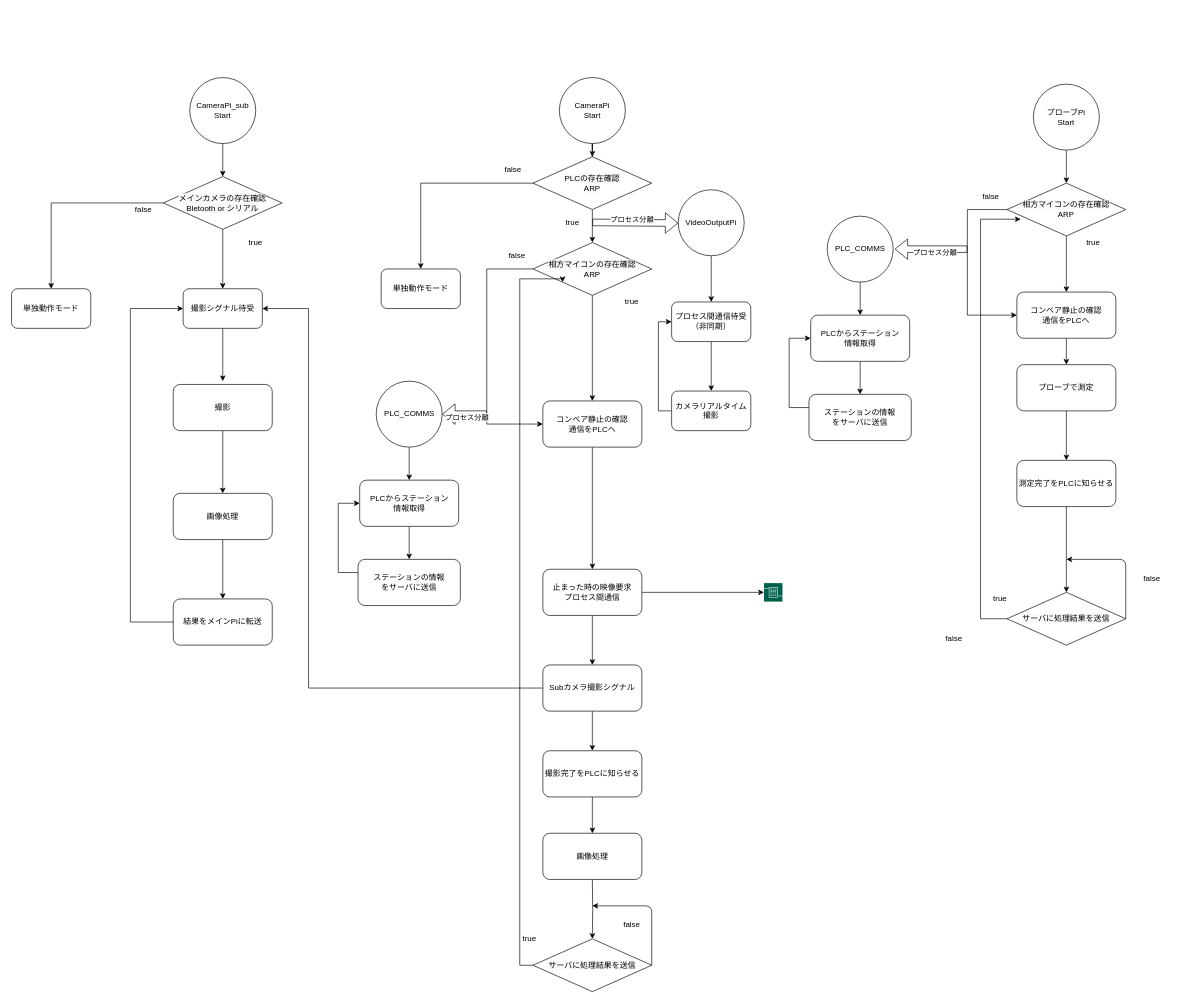
Above: 設計/フローチャート.drawio in chekke1999/kaihatukadai (draw.io), before the change. Source tidied: cells renumbered, new cells numbered last; positions are measured from the earlier drawing's top-left corner, leaving out a move shared by most shapes. Both pictures are drawn from the tidied source at 66%, with x=0, y=0 at pixel (11, 77).
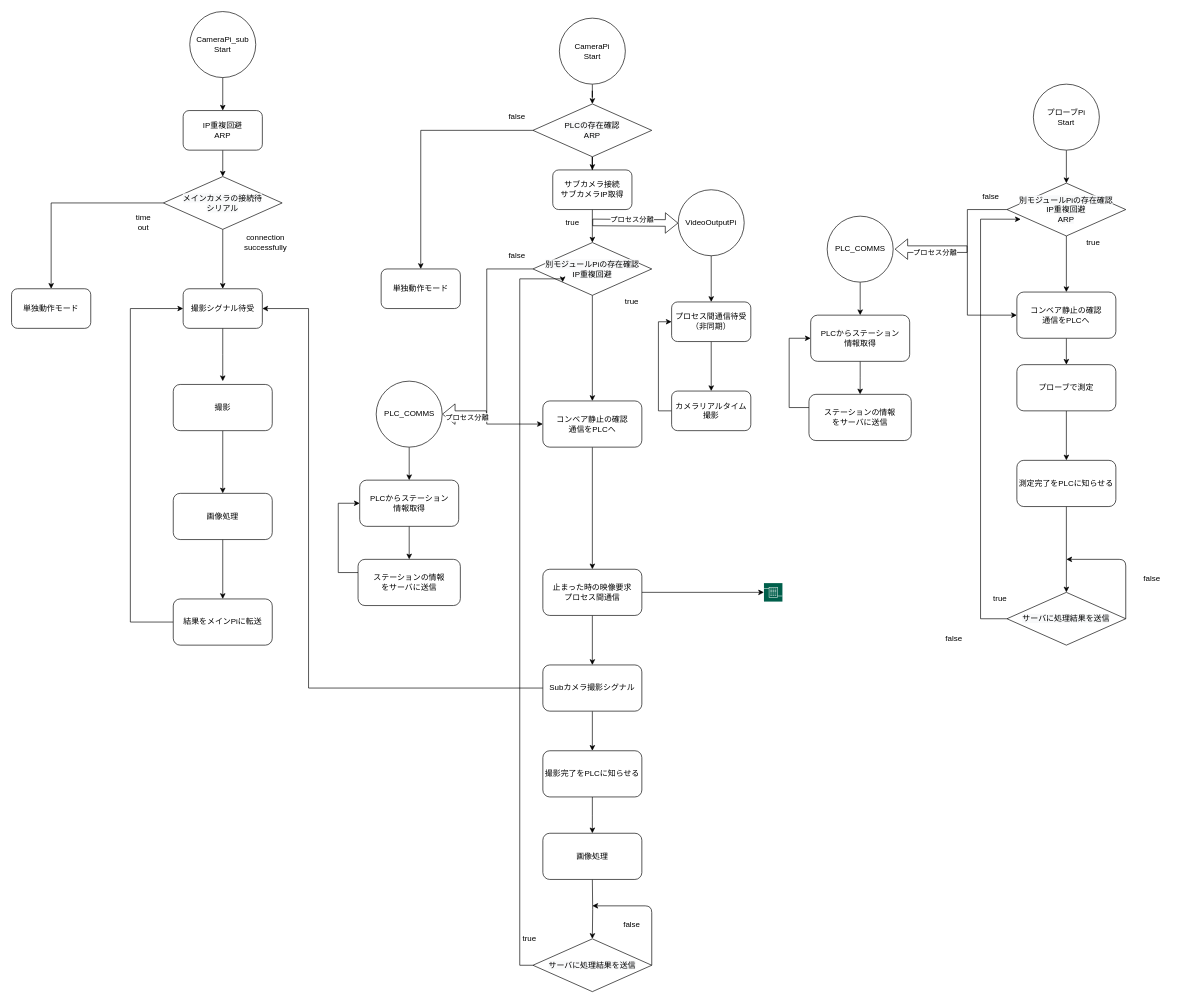
The same diagram, later.

Commit message:
Update フローチャート.drawio

The edit, as a diff of the source:
```diff
@@
     <mxCell id="3" value="CameraPi&lt;br&gt;Start" style="ellipse;whiteSpace=wrap;html=1;" parent="1" vertex="1">
-      <mxGeometry x="830" width="100" height="100" as="geometry" />
+      <mxGeometry x="830" y="-90" width="100" height="100" as="geometry" />
     </mxCell>
@@
-    <mxCell id="6" value="&lt;span style=&quot;color: rgb(0 , 0 , 0) ; font-family: &amp;#34;helvetica&amp;#34; ; font-size: 12px ; font-style: normal ; font-weight: 400 ; letter-spacing: normal ; text-align: center ; text-indent: 0px ; text-transform: none ; word-spacing: 0px ; background-color: rgb(248 , 249 , 250) ; display: inline ; float: none&quot;&gt;相方マイコンの存在確認&lt;br&gt;ARP&lt;br&gt;&lt;/span&gt;" style="rhombus;whiteSpace=wrap;html=1;" parent="1" vertex="1">
+    <mxCell id="6" value="&lt;span style=&quot;color: rgb(0 , 0 , 0) ; font-family: &amp;#34;helvetica&amp;#34; ; font-size: 12px ; font-style: normal ; font-weight: 400 ; letter-spacing: normal ; text-align: center ; text-indent: 0px ; text-transform: none ; word-spacing: 0px ; background-color: rgb(248 , 249 , 250) ; display: inline ; float: none&quot;&gt;別モジュールPiの存在確認&lt;br&gt;IP重複回避&lt;br&gt;&lt;/span&gt;" style="rhombus;whiteSpace=wrap;html=1;" parent="1" vertex="1">
       <mxGeometry x="790" y="250" width="180" height="80" as="geometry" />
     </mxCell>
@@
-    <mxCell id="28" value="&lt;span style=&quot;color: rgb(0 , 0 , 0) ; font-family: &amp;#34;helvetica&amp;#34; ; font-size: 12px ; font-style: normal ; font-weight: 400 ; letter-spacing: normal ; text-align: center ; text-indent: 0px ; text-transform: none ; word-spacing: 0px ; background-color: rgb(248 , 249 , 250) ; display: inline ; float: none&quot;&gt;相方マイコンの存在確認&lt;br&gt;ARP&lt;br&gt;&lt;/span&gt;" style="rhombus;whiteSpace=wrap;html=1;" parent="1" vertex="1">
+    <mxCell id="28" value="&lt;span style=&quot;color: rgb(0 , 0 , 0) ; font-family: &amp;#34;helvetica&amp;#34; ; font-size: 12px ; font-style: normal ; font-weight: 400 ; letter-spacing: normal ; text-align: center ; text-indent: 0px ; text-transform: none ; word-spacing: 0px ; background-color: rgb(248 , 249 , 250) ; display: inline ; float: none&quot;&gt;別モジュールPiの存在確認&lt;br&gt;IP重複回避&lt;br&gt;ARP&lt;br&gt;&lt;/span&gt;" style="rhombus;whiteSpace=wrap;html=1;" parent="1" vertex="1">
       <mxGeometry x="1508.2" y="160" width="180" height="80" as="geometry" />
     </mxCell>
@@
-    <mxCell id="66" style="edgeStyle=orthogonalEdgeStyle;rounded=0;jettySize=auto;html=1;" parent="1" edge="1" source="68" target="6">
-      <mxGeometry relative="1" as="geometry" />
-    </mxCell>
@@
+    <mxCell id="92" style="edgeStyle=orthogonalEdgeStyle;rounded=0;jettySize=auto;html=1;" parent="1" edge="1" source="68" target="95">
+      <mxGeometry relative="1" as="geometry" />
+    </mxCell>
     <mxCell id="68" value="&lt;span style=&quot;color: rgb(0 , 0 , 0) ; font-family: &amp;#34;helvetica&amp;#34; ; font-size: 12px ; font-style: normal ; font-weight: 400 ; letter-spacing: normal ; text-align: center ; text-indent: 0px ; text-transform: none ; word-spacing: 0px ; background-color: rgb(248 , 249 , 250) ; display: inline ; float: none&quot;&gt;PLCの存在確認&lt;br&gt;ARP&lt;br&gt;&lt;/span&gt;" style="rhombus;whiteSpace=wrap;html=1;" parent="1" vertex="1">
-      <mxGeometry x="790" y="120" width="180" height="80" as="geometry" />
+      <mxGeometry x="790" y="40" width="180" height="80" as="geometry" />
     </mxCell>
     <mxCell id="69" value="false" style="text;html=1;strokeColor=none;fillColor=none;align=center;verticalAlign=middle;whiteSpace=wrap;rounded=0;" parent="1" vertex="1">
-      <mxGeometry x="740" y="130" width="40" height="20" as="geometry" />
+      <mxGeometry x="745.5" y="50" width="40" height="20" as="geometry" />
     </mxCell>
@@
+    <mxCell id="93" style="edgeStyle=orthogonalEdgeStyle;rounded=0;jettySize=auto;html=1;entryX=0.5;entryY=0;entryDx=0;entryDy=0;" parent="1" edge="1" source="71" target="97">
+      <mxGeometry relative="1" as="geometry" />
+    </mxCell>
     <mxCell id="71" value="CameraPi_sub&lt;br&gt;Start" style="ellipse;whiteSpace=wrap;html=1;" parent="1" vertex="1">
-      <mxGeometry x="270" width="100" height="100" as="geometry" />
+      <mxGeometry x="270" y="-100" width="100" height="100" as="geometry" />
     </mxCell>
@@
-    <mxCell id="73" value="&lt;span style=&quot;color: rgb(0 , 0 , 0) ; font-family: &amp;#34;helvetica&amp;#34; ; font-size: 12px ; font-style: normal ; font-weight: 400 ; letter-spacing: normal ; text-align: center ; text-indent: 0px ; text-transform: none ; word-spacing: 0px ; background-color: rgb(248 , 249 , 250) ; display: inline ; float: none&quot;&gt;メインカメラの存在確認&lt;br&gt;Bletooth or シリアル&lt;br&gt;&lt;/span&gt;" style="rhombus;whiteSpace=wrap;html=1;" parent="1" vertex="1">
+    <mxCell id="73" value="&lt;span style=&quot;color: rgb(0 , 0 , 0) ; font-family: &amp;#34;helvetica&amp;#34; ; font-size: 12px ; font-style: normal ; font-weight: 400 ; letter-spacing: normal ; text-align: center ; text-indent: 0px ; text-transform: none ; word-spacing: 0px ; background-color: rgb(248 , 249 , 250) ; display: inline ; float: none&quot;&gt;メインカメラの接続待&lt;br&gt;シリアル&lt;br&gt;&lt;/span&gt;" style="rhombus;whiteSpace=wrap;html=1;" parent="1" vertex="1">
       <mxGeometry x="230" y="150" width="180" height="80" as="geometry" />
     </mxCell>
-    <mxCell id="74" value="true" style="text;html=1;strokeColor=none;fillColor=none;align=center;verticalAlign=middle;whiteSpace=wrap;rounded=0;" parent="1" vertex="1">
-      <mxGeometry x="350" y="240" width="40" height="20" as="geometry" />
+    <mxCell id="74" value="connection successfully" style="text;html=1;strokeColor=none;fillColor=none;align=center;verticalAlign=middle;whiteSpace=wrap;rounded=0;" parent="1" vertex="1">
+      <mxGeometry x="340" y="230" width="90" height="40" as="geometry" />
     </mxCell>
@@
-    <mxCell id="83" style="edgeStyle=orthogonalEdgeStyle;rounded=0;jettySize=auto;html=1;exitX=0.5;exitY=1;exitDx=0;exitDy=0;" parent="1" edge="1" source="71" target="73">
-      <mxGeometry relative="1" as="geometry" />
-    </mxCell>
@@
-    <mxCell id="85" value="false" style="text;html=1;strokeColor=none;fillColor=none;align=center;verticalAlign=middle;whiteSpace=wrap;rounded=0;" parent="1" vertex="1">
-      <mxGeometry x="180" y="190" width="40" height="20" as="geometry" />
+    <mxCell id="85" value="time out" style="text;html=1;strokeColor=none;fillColor=none;align=center;verticalAlign=middle;whiteSpace=wrap;rounded=0;" parent="1" vertex="1">
+      <mxGeometry x="180" y="210" width="40" height="20" as="geometry" />
     </mxCell>
@@
+    <mxCell id="94" style="edgeStyle=orthogonalEdgeStyle;rounded=0;jettySize=auto;html=1;entryX=0.5;entryY=0;entryDx=0;entryDy=0;" parent="1" edge="1" source="95" target="6">
+      <mxGeometry relative="1" as="geometry" />
+    </mxCell>
+    <mxCell id="95" value="サブカメラ接続&lt;br&gt;サブカメラIP取得" style="rounded=1;whiteSpace=wrap;html=1;" parent="1" vertex="1">
+      <mxGeometry x="820" y="140" width="120" height="60" as="geometry" />
+    </mxCell>
+    <mxCell id="96" style="edgeStyle=orthogonalEdgeStyle;rounded=0;jettySize=auto;html=1;" parent="1" edge="1" source="97" target="73">
+      <mxGeometry relative="1" as="geometry" />
+    </mxCell>
+    <mxCell id="97" value="IP重複回避&lt;br&gt;ARP" style="rounded=1;whiteSpace=wrap;html=1;" parent="1" vertex="1">
+      <mxGeometry x="260" y="50" width="120" height="60" as="geometry" />
+    </mxCell>
```
